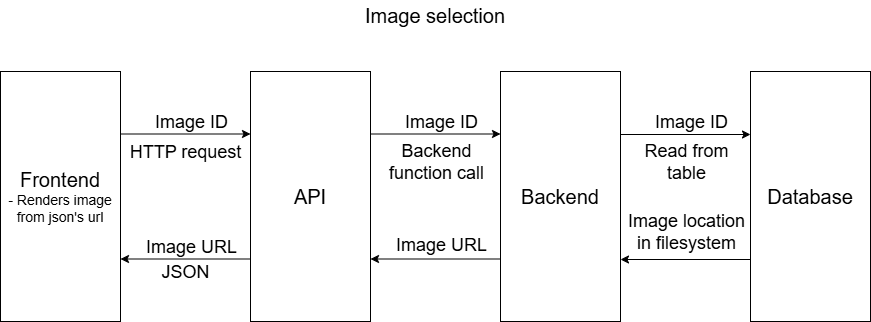
Above: docs/image_selection_flow.png in lmcosta10/labeling_system (draw.io), before the change. Source tidied: cells renumbered, new cells last; positions are measured from the earlier drawing's top-left corner, leaving out a move shared by most shapes.
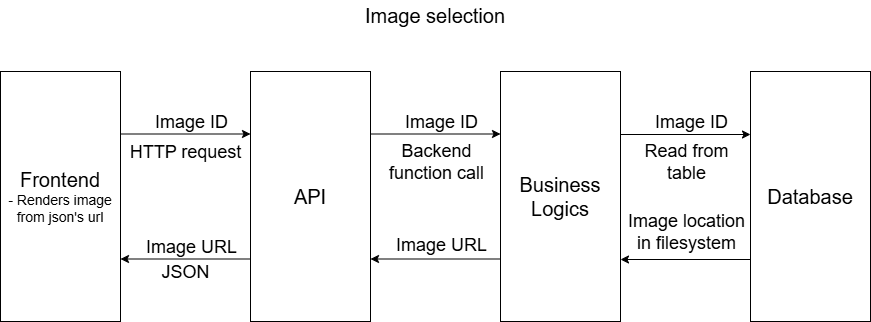
Later version of the same file.

Commit message:
docs: update flows and backend

Change to the diagram source:
```diff
@@ -25,7 +25,7 @@
     <mxCell id="8" style="edgeStyle=orthogonalEdgeStyle;rounded=0;jettySize=auto;html=1;exitX=0;exitY=0.75;exitDx=0;exitDy=0;entryX=1;entryY=0.75;entryDx=0;entryDy=0;" parent="1" edge="1" source="9" target="7">
       <mxGeometry relative="1" as="geometry" />
     </mxCell>
-    <mxCell id="9" value="&lt;font style=&quot;font-size: 20px;&quot;&gt;Backend&lt;/font&gt;" style="rounded=0;whiteSpace=wrap;html=1;" parent="1" vertex="1">
+    <mxCell id="9" value="&lt;span style=&quot;font-size: 20px;&quot;&gt;Business Logics&lt;/span&gt;" style="rounded=0;whiteSpace=wrap;html=1;" parent="1" vertex="1">
       <mxGeometry x="500" y="71" width="120" height="250" as="geometry" />
     </mxCell>
     <mxCell id="10" value="&lt;font style=&quot;font-size: 18px;&quot;&gt;Image ID&lt;/font&gt;" style="edgeLabel;html=1;align=center;verticalAlign=middle;" parent="1" vertex="1">
```
